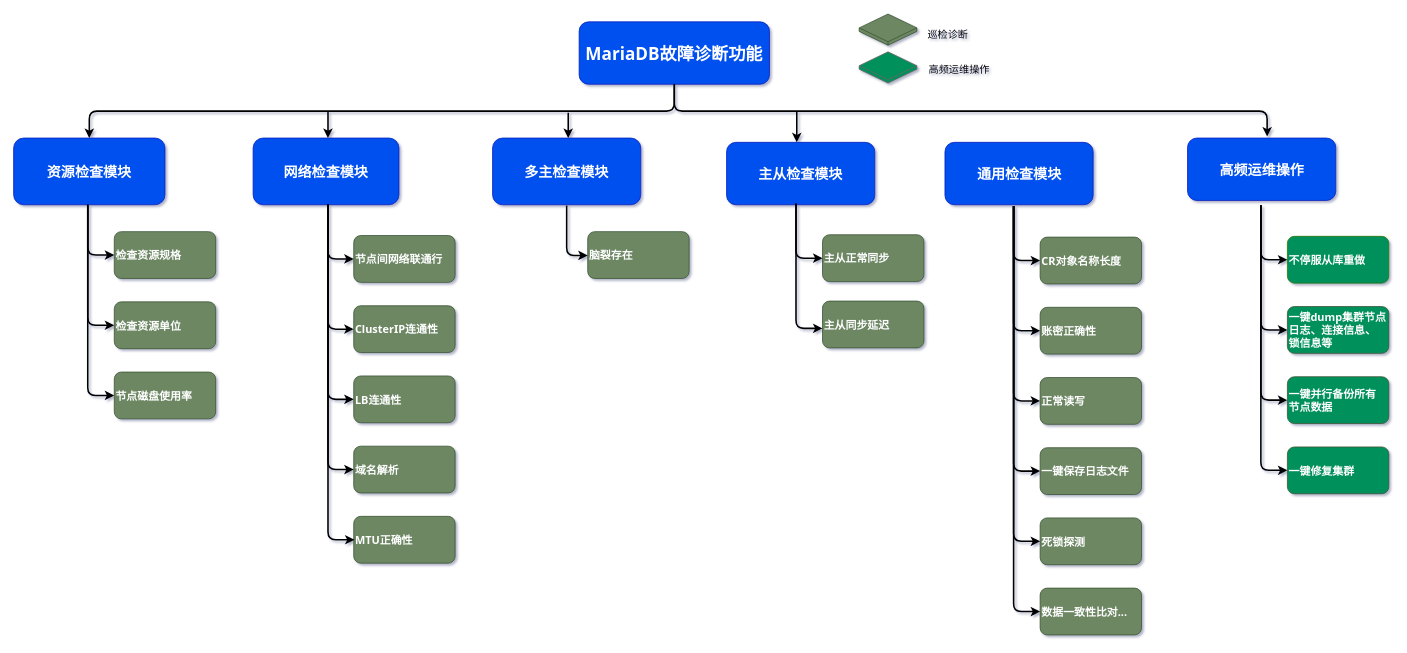
Before: mariadb_check.drawio in weichenjushi/images, a draw.io diagram. Source tidied: cells renumbered, new cells numbered last; positions are measured from the earlier drawing's top-left corner, leaving out a move shared by most shapes. Both pictures are drawn from the tidied source at 78%, with x=0, y=0 at pixel (13, 14).
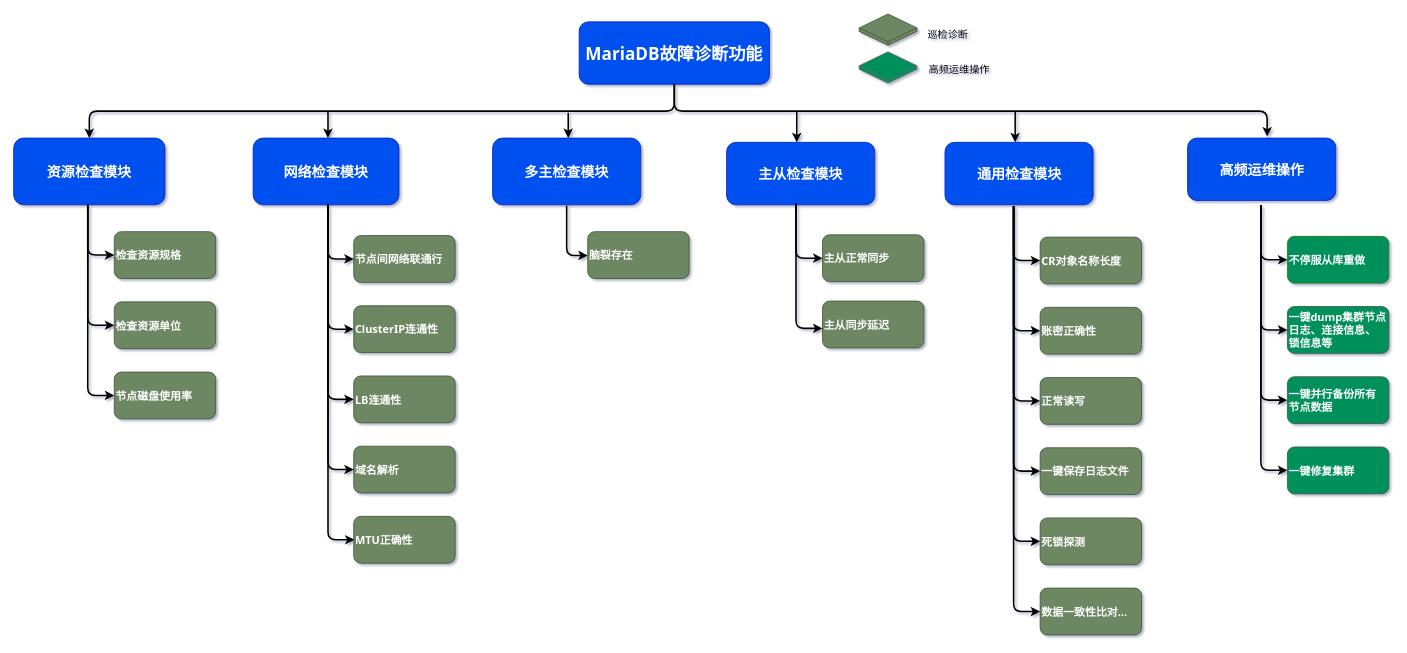
The same page after the edit.

The edit, as a diff of the source:
```diff
@@
+    <mxCell id="60" style="edgeStyle=elbowEdgeStyle;elbow=vertical;strokeWidth=2;rounded=1;" parent="1" edge="1">
+      <mxGeometry x="1058" y="108" as="geometry">
+        <mxPoint x="1284" y="124" as="sourcePoint" />
+        <mxPoint x="1284" y="164" as="targetPoint" />
+        <Array as="points">
+          <mxPoint x="1335" y="136" />
+        </Array>
+      </mxGeometry>
+    </mxCell>
```
